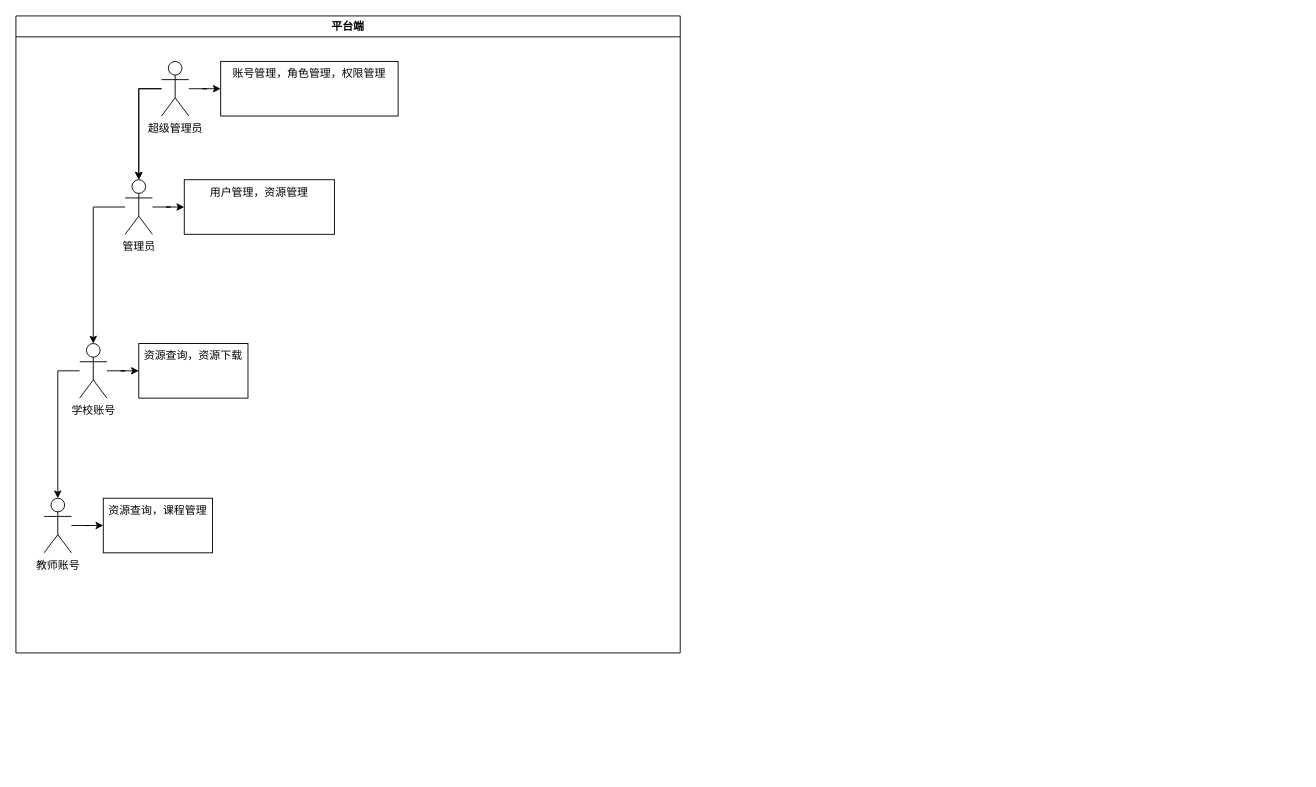
Above: XR教学流程.drawio in a7956232/drawIOFiles (draw.io), before the change. Source tidied: cells renumbered, new cells numbered last; positions are measured from the earlier drawing's top-left corner, leaving out a move shared by most shapes. Both pictures are drawn from the tidied source at 91%, with x=0, y=0 at pixel (15, 15).
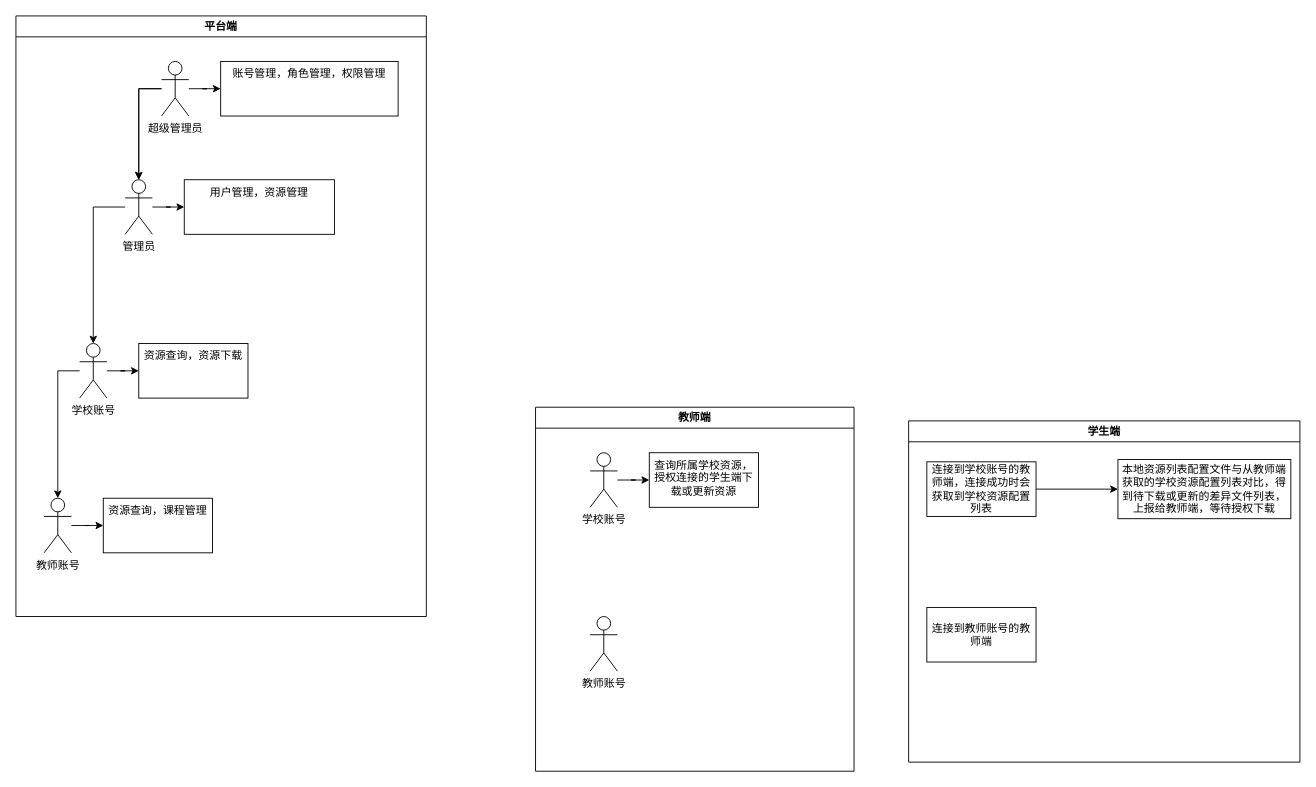
The same diagram, later.

Commit message:
更新XR教学流程.drawio

Change to the diagram source:
```diff
@@
     <mxCell id="2" value="平台端" style="swimlane;whiteSpace=wrap;html=1;" parent="1" vertex="1">
-      <mxGeometry width="730" height="700" as="geometry" />
+      <mxGeometry width="451" height="660" as="geometry" />
     </mxCell>
@@
+    <mxCell id="19" value="教师端" style="swimlane;whiteSpace=wrap;html=1;" parent="1" vertex="1">
+      <mxGeometry x="571" y="430" width="350" height="400" as="geometry" />
+    </mxCell>
+    <mxCell id="20" style="edgeStyle=orthogonalEdgeStyle;rounded=0;jettySize=auto;html=1;" parent="19" edge="1" source="21" target="23">
+      <mxGeometry relative="1" as="geometry" />
+    </mxCell>
+    <mxCell id="21" value="学校账号" style="shape=umlActor;verticalLabelPosition=bottom;verticalAlign=top;html=1;outlineConnect=0;" parent="19" vertex="1">
+      <mxGeometry x="60" y="50" width="30" height="60" as="geometry" />
+    </mxCell>
+    <mxCell id="22" value="教师账号" style="shape=umlActor;verticalLabelPosition=bottom;verticalAlign=top;html=1;" parent="19" vertex="1">
+      <mxGeometry x="60" y="230" width="30" height="60" as="geometry" />
+    </mxCell>
+    <mxCell id="23" value="查询所属学校资源，授权连接的学生端下载或更新资源" style="whiteSpace=wrap;html=1;verticalAlign=top;" parent="19" vertex="1">
+      <mxGeometry x="125" y="50" width="120" height="60" as="geometry" />
+    </mxCell>
+    <mxCell id="24" value="学生端" style="swimlane;whiteSpace=wrap;html=1;" parent="1" vertex="1">
+      <mxGeometry x="981" y="445" width="430" height="375" as="geometry" />
+    </mxCell>
+    <mxCell id="25" style="edgeStyle=orthogonalEdgeStyle;rounded=0;jettySize=auto;html=1;" parent="24" edge="1" source="26" target="28">
+      <mxGeometry relative="1" as="geometry" />
+    </mxCell>
+    <mxCell id="26" value="连接到学校账号的教师端，连接成功时会获取到学校资源配置列表" style="rounded=0;whiteSpace=wrap;html=1;" parent="24" vertex="1">
+      <mxGeometry x="20" y="45" width="120" height="60" as="geometry" />
+    </mxCell>
+    <mxCell id="27" value="连接到教师账号的教师端" style="rounded=0;whiteSpace=wrap;html=1;" parent="24" vertex="1">
+      <mxGeometry x="20" y="205" width="120" height="60" as="geometry" />
+    </mxCell>
+    <mxCell id="28" value="本地资源列表配置文件与从教师端获取的学校资源配置列表对比，得到待下载或更新的差异文件列表，上报给教师端，等待授权下载" style="whiteSpace=wrap;html=1;rounded=0;" parent="24" vertex="1">
+      <mxGeometry x="230" y="42.5" width="190" height="65" as="geometry" />
+    </mxCell>
```
